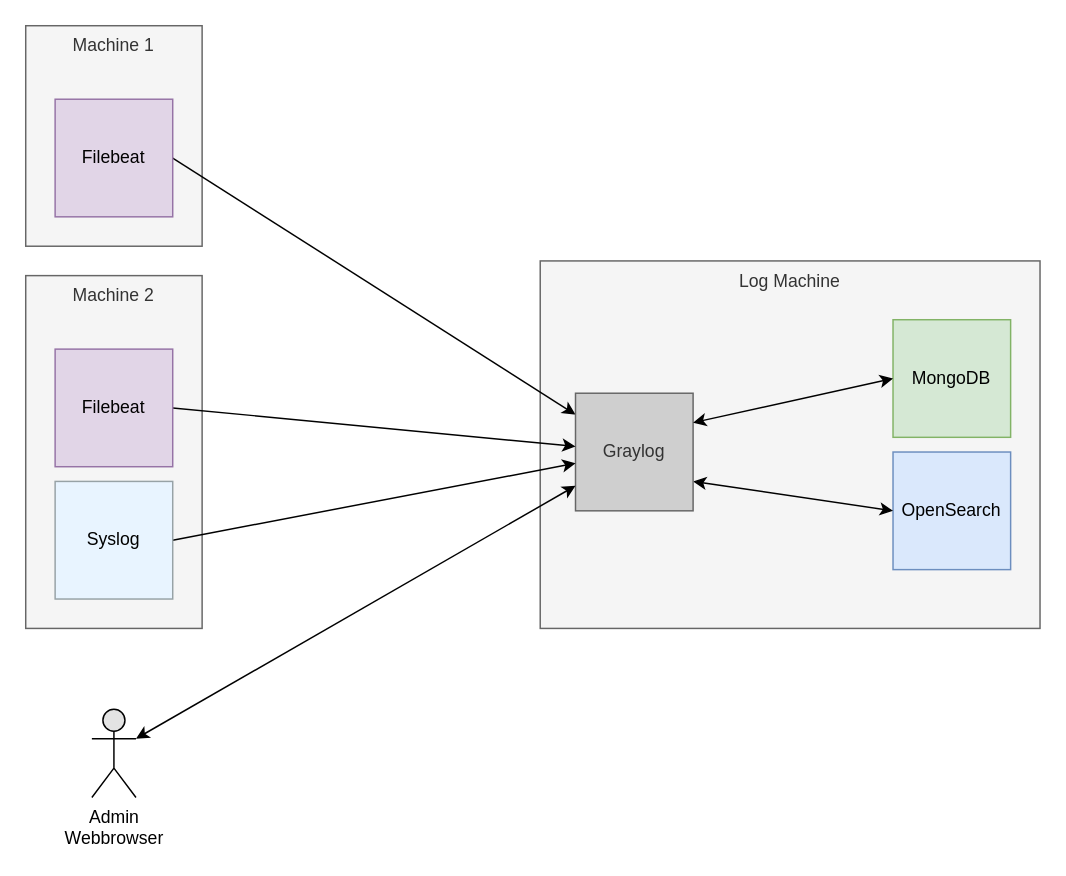
Above: diagrams/central-logging-components.drawio in soerenmetje/docker-graylog (draw.io), before the change. Source tidied: cells renumbered, new cells numbered last; positions are measured from the earlier drawing's top-left corner, leaving out a move shared by most shapes. Both pictures are drawn from the tidied source at 147%, with x=0, y=0 at pixel (25, 25).
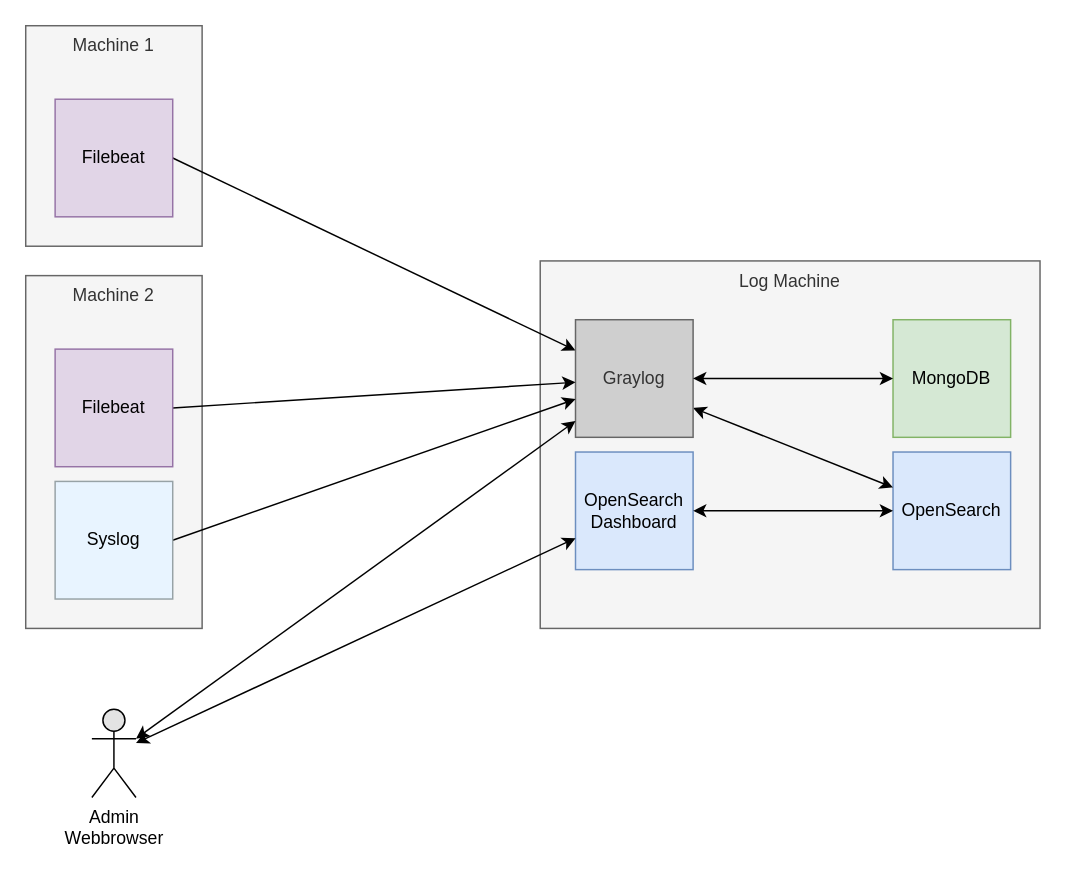
The same page after the edit.

Commit message (it also covers changes not shown here):
Update components diagram : add opensearch dashboard

Unchanged cells that the change refers to:
```xml
<mxCell id="6" value="OpenSearch" style="rounded=0;whiteSpace=wrap;html=1;fillColor=#dae8fc;strokeColor=#6c8ebf;" parent="1" vertex="1">
  <mxGeometry x="590" y="290" width="80" height="80" as="geometry" />
</mxCell>
<mxCell id="9" value="MongoDB" style="rounded=0;whiteSpace=wrap;html=1;fillColor=#d5e8d4;strokeColor=#82b366;" parent="1" vertex="1">
  <mxGeometry x="590" y="200" width="80" height="80" as="geometry" />
</mxCell>
<mxCell id="14" value="&lt;div&gt;Admin&lt;/div&gt;Webbrowser" style="shape=umlActor;verticalLabelPosition=bottom;verticalAlign=top;html=1;outlineConnect=0;fillColor=#E3E3E3;" parent="1" vertex="1">
  <mxGeometry x="45" y="465" width="30" height="60" as="geometry" />
</mxCell>
```

What changed in the source:
```diff
@@
-    <mxCell id="7" style="rounded=0;jettySize=auto;html=1;exitX=1;exitY=0.75;exitDx=0;exitDy=0;endArrow=classic;endFill=1;startArrow=classic;startFill=1;entryX=0;entryY=0.5;entryDx=0;entryDy=0;" parent="1" edge="1" source="8" target="6">
+    <mxCell id="7" style="rounded=0;jettySize=auto;html=1;exitX=1;exitY=0.75;exitDx=0;exitDy=0;endArrow=classic;endFill=1;startArrow=classic;startFill=1;" parent="1" edge="1" source="8" target="6">
       <mxGeometry relative="1" as="geometry" />
     </mxCell>
     <mxCell id="8" value="&lt;div&gt;Graylog&lt;/div&gt;" style="rounded=0;whiteSpace=wrap;html=1;fillColor=#CFCFCF;strokeColor=#666666;fontColor=#333333;" parent="1" vertex="1">
-      <mxGeometry x="374" y="250" width="80" height="80" as="geometry" />
+      <mxGeometry x="374" y="200" width="80" height="80" as="geometry" />
     </mxCell>
@@
-    <mxCell id="17" style="rounded=0;jettySize=auto;html=1;exitX=1;exitY=0.25;exitDx=0;exitDy=0;endArrow=classic;endFill=1;startArrow=classic;startFill=1;entryX=0;entryY=0.5;entryDx=0;entryDy=0;" parent="1" edge="1" source="8" target="9">
+    <mxCell id="17" style="rounded=0;jettySize=auto;html=1;endArrow=classic;endFill=1;startArrow=classic;startFill=1;" parent="1" edge="1" source="8" target="9">
       <mxGeometry relative="1" as="geometry" />
     </mxCell>
+    <mxCell id="18" value="&lt;div&gt;OpenSearch&lt;/div&gt;Dashboard" style="rounded=0;whiteSpace=wrap;html=1;fillColor=#dae8fc;strokeColor=#6c8ebf;" parent="1" vertex="1">
+      <mxGeometry x="374" y="290" width="80" height="80" as="geometry" />
+    </mxCell>
+    <mxCell id="19" style="endArrow=classic;startArrow=classic;html=1;rounded=0;" parent="1" edge="1" source="14" target="18">
+      <mxGeometry relative="1" as="geometry" />
+    </mxCell>
+    <mxCell id="20" style="endArrow=classic;startArrow=classic;html=1;rounded=0;" parent="1" edge="1" source="18" target="6">
+      <mxGeometry relative="1" as="geometry" />
+    </mxCell>
```
